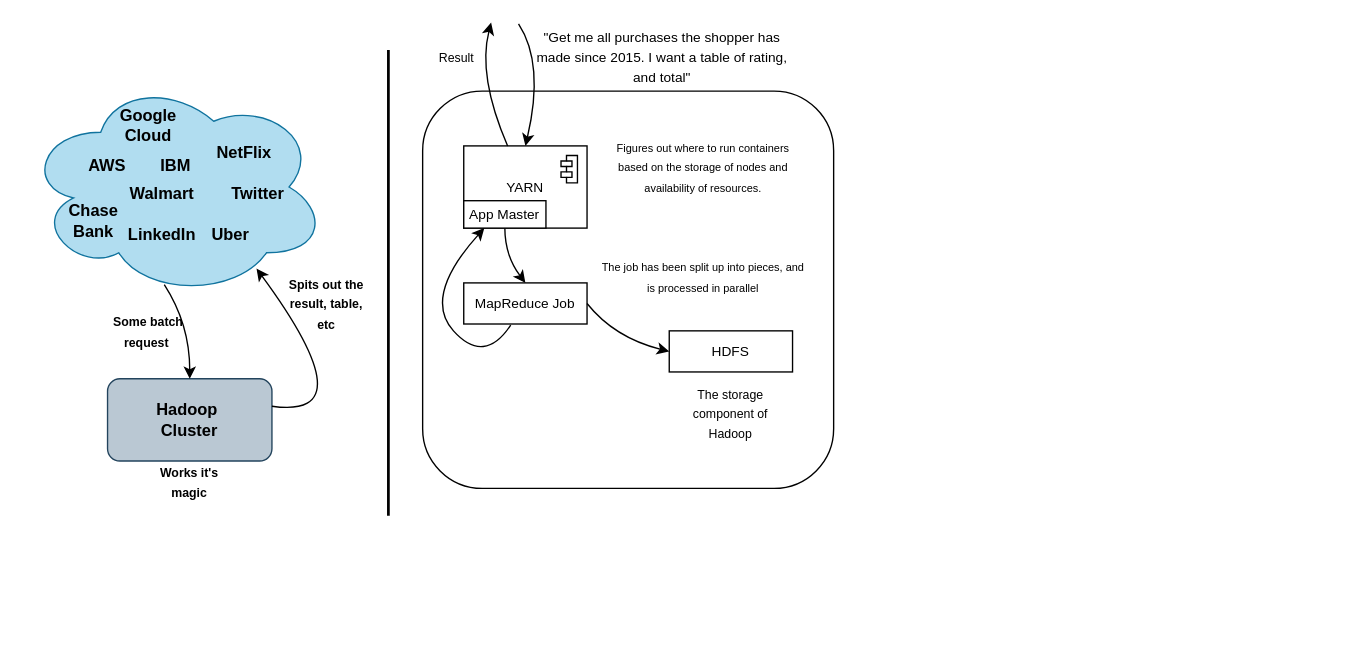
Above: HIGHESTLEVEL.drawio in Amir-kar/EECS4314-GroupD (draw.io), before the change. Source tidied: cells renumbered, new cells numbered last; positions are measured from the earlier drawing's top-left corner, leaving out a move shared by most shapes. Both pictures are drawn from the tidied source at 137%, with x=0, y=0 at pixel (25, 22).
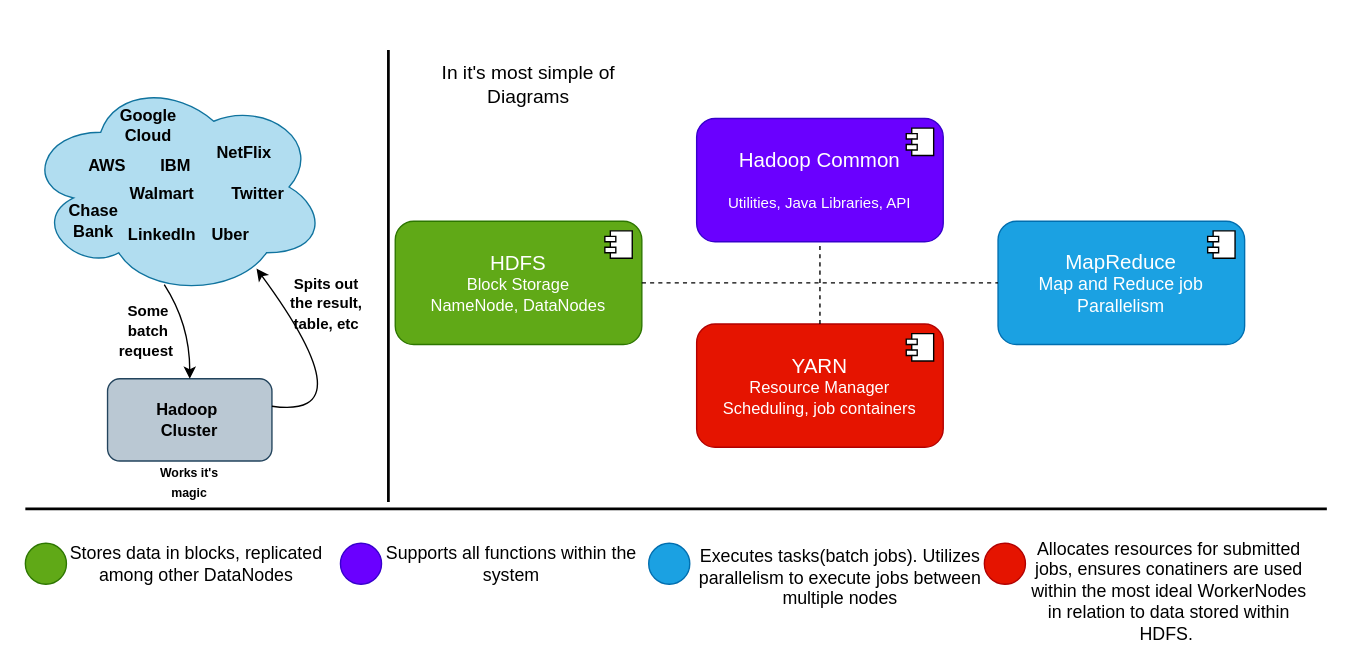
The same page after the edit.

The edit, as a diff of the source:
```diff
@@
-    <mxCell id="16" value="&lt;font style=&quot;font-size: 9px;&quot;&gt;Some batch request&amp;nbsp;&lt;/font&gt;" style="text;html=1;align=center;verticalAlign=middle;whiteSpace=wrap;rounded=0;fontStyle=1;" parent="1" vertex="1">
+    <mxCell id="16" value="&lt;font style=&quot;font-size: 11px;&quot;&gt;Some batch request&amp;nbsp;&lt;/font&gt;" style="text;html=1;align=center;verticalAlign=middle;whiteSpace=wrap;rounded=0;fontStyle=1;" parent="1" vertex="1">
       <mxGeometry x="60" y="210" width="60" height="30" as="geometry" />
     </mxCell>
@@
-    <mxCell id="18" value="&lt;b style=&quot;&quot;&gt;&lt;font style=&quot;font-size: 9px;&quot;&gt;Spits out the result, table, etc&lt;/font&gt;&lt;/b&gt;" style="text;html=1;align=center;verticalAlign=middle;whiteSpace=wrap;rounded=0;" parent="1" vertex="1">
+    <mxCell id="18" value="&lt;b style=&quot;&quot;&gt;&lt;font style=&quot;font-size: 11px;&quot;&gt;Spits out the result, table, etc&lt;/font&gt;&lt;/b&gt;" style="text;html=1;align=center;verticalAlign=middle;whiteSpace=wrap;rounded=0;" parent="1" vertex="1">
       <mxGeometry x="190" y="190" width="60" height="30" as="geometry" />
     </mxCell>
     <mxCell id="19" style="line;strokeWidth=2;direction=south;html=1;" parent="1" vertex="1">
-      <mxGeometry x="260" y="20" width="10" height="340" as="geometry" />
+      <mxGeometry x="260" y="20" width="10" height="330" as="geometry" />
     </mxCell>
-    <mxCell id="20" style="rounded=1;whiteSpace=wrap;html=1;" parent="1" vertex="1">
-      <mxGeometry x="290" y="50" width="300" height="290" as="geometry" />
-    </mxCell>
-    <mxCell id="21" value="&lt;font size=&quot;1&quot;&gt;YARN&lt;/font&gt;" style="html=1;whiteSpace=wrap;" parent="1" vertex="1">
-      <mxGeometry x="320" y="90" width="90" height="60" as="geometry" />
-    </mxCell>
-    <mxCell id="22" style="shape=module;jettyWidth=8;jettyHeight=4;" parent="21" vertex="1">
-      <mxGeometry x="1" width="12" height="20" relative="1" as="geometry">
-        <mxPoint x="-19" y="7" as="offset" />
-      </mxGeometry>
-    </mxCell>
-    <mxCell id="23" style="curved=1;endArrow=classic;html=1;rounded=0;exitX=0.461;exitY=0.945;exitDx=0;exitDy=0;exitPerimeter=0;entryX=0.5;entryY=0;entryDx=0;entryDy=0;strokeColor=light-dark(#000000,#00CC66);" parent="1" edge="1" target="21">
-      <mxGeometry relative="1" as="geometry">
-        <mxPoint x="360" y="1" as="sourcePoint" />
-        <Array as="points">
-          <mxPoint x="379" y="30" />
-        </Array>
-      </mxGeometry>
-    </mxCell>
-    <mxCell id="24" value="&lt;font style=&quot;font-weight: normal;&quot; size=&quot;1&quot;&gt;&quot;Get me all purchases the shopper has made since 2015. I want a table of rating, and total&quot;&lt;/font&gt;" style="text;html=1;align=center;verticalAlign=middle;whiteSpace=wrap;rounded=0;fontStyle=1;" parent="1" vertex="1">
-      <mxGeometry x="370" y="10" width="190" height="30" as="geometry" />
-    </mxCell>
-    <mxCell id="25" value="&lt;font style=&quot;font-size: 8px;&quot;&gt;Figures out where to run containers based on the storage of nodes and availability of resources.&lt;/font&gt;" style="text;html=1;align=center;verticalAlign=middle;whiteSpace=wrap;rounded=0;" parent="1" vertex="1">
-      <mxGeometry x="420" y="65" width="150" height="80" as="geometry" />
-    </mxCell>
-    <mxCell id="26" value="&lt;font size=&quot;1&quot;&gt;MapReduce Job&lt;/font&gt;" style="html=1;whiteSpace=wrap;" parent="1" vertex="1">
-      <mxGeometry x="320" y="190" width="90" height="30" as="geometry" />
-    </mxCell>
-    <mxCell id="27" style="curved=1;endArrow=classic;html=1;rounded=0;exitX=0.5;exitY=1;exitDx=0;exitDy=0;entryX=0.5;entryY=0;entryDx=0;entryDy=0;" parent="1" edge="1" source="32" target="26">
-      <mxGeometry relative="1" as="geometry">
-        <Array as="points">
-          <mxPoint x="350" y="170" />
-        </Array>
-      </mxGeometry>
-    </mxCell>
-    <mxCell id="28" style="edgeStyle=orthogonalEdgeStyle;rounded=0;orthogonalLoop=1;jettySize=auto;html=1;exitX=0.5;exitY=1;exitDx=0;exitDy=0;" parent="1" edge="1" source="26" target="26">
-      <mxGeometry relative="1" as="geometry" />
-    </mxCell>
-    <mxCell id="29" value="&lt;font style=&quot;font-size: 8px;&quot;&gt;The job has been split up into pieces, and is processed in parallel&lt;/font&gt;" style="text;html=1;align=center;verticalAlign=middle;whiteSpace=wrap;rounded=0;" parent="1" vertex="1">
-      <mxGeometry x="420" y="145" width="150" height="80" as="geometry" />
-    </mxCell>
-    <mxCell id="30" value="&lt;font size=&quot;1&quot;&gt;HDFS&lt;/font&gt;" style="html=1;whiteSpace=wrap;" parent="1" vertex="1">
-      <mxGeometry x="470" y="225" width="90" height="30" as="geometry" />
-    </mxCell>
-    <mxCell id="31" style="curved=1;endArrow=classic;html=1;rounded=0;exitX=1;exitY=0.5;exitDx=0;exitDy=0;entryX=0;entryY=0.5;entryDx=0;entryDy=0;" parent="1" edge="1" source="26" target="30">
-      <mxGeometry relative="1" as="geometry">
-        <Array as="points">
-          <mxPoint x="430" y="230" />
-        </Array>
-      </mxGeometry>
-    </mxCell>
-    <mxCell id="32" value="&lt;font size=&quot;1&quot;&gt;App Master&lt;/font&gt;" style="html=1;whiteSpace=wrap;" parent="1" vertex="1">
-      <mxGeometry x="320" y="130" width="60" height="20" as="geometry" />
-    </mxCell>
-    <mxCell id="33" style="curved=1;endArrow=classic;html=1;rounded=0;exitX=0.381;exitY=1.025;exitDx=0;exitDy=0;entryX=0.25;entryY=1;entryDx=0;entryDy=0;exitPerimeter=0;" parent="1" edge="1" source="26" target="32">
-      <mxGeometry relative="1" as="geometry">
-        <Array as="points">
-          <mxPoint x="335" y="250" />
-          <mxPoint x="290" y="200" />
-        </Array>
-      </mxGeometry>
-    </mxCell>
-    <mxCell id="34" style="curved=1;endArrow=classic;html=1;rounded=0;" parent="1" edge="1" source="21">
-      <mxGeometry relative="1" as="geometry">
-        <mxPoint x="340" as="targetPoint" />
-        <Array as="points">
-          <mxPoint x="330" y="39" />
-        </Array>
-      </mxGeometry>
-    </mxCell>
-    <mxCell id="35" value="&lt;font style=&quot;font-size: 9px;&quot;&gt;The storage component of Hadoop&lt;/font&gt;" style="text;html=1;align=center;verticalAlign=middle;whiteSpace=wrap;rounded=0;" parent="1" vertex="1">
-      <mxGeometry x="485" y="270" width="60" height="30" as="geometry" />
-    </mxCell>
-    <mxCell id="36" value="&lt;font style=&quot;font-size: 9px;&quot;&gt;Result&lt;/font&gt;" style="text;html=1;align=center;verticalAlign=middle;whiteSpace=wrap;rounded=0;" parent="1" vertex="1">
-      <mxGeometry x="285" y="10" width="60" height="30" as="geometry" />
-    </mxCell>
+    <mxCell id="37" value="&lt;font style=&quot;font-size: 14px;&quot;&gt;In it's most simple of Diagrams&lt;/font&gt;" style="text;html=1;align=center;verticalAlign=middle;whiteSpace=wrap;rounded=0;" parent="1" vertex="1">
+      <mxGeometry x="280" y="30" width="175" height="30" as="geometry" />
+    </mxCell>
+    <mxCell id="38" value="&lt;font style=&quot;font-size: 15px;&quot;&gt;Hadoop Common&lt;/font&gt;&lt;div&gt;&lt;br&gt;&lt;/div&gt;&lt;div&gt;&lt;font style=&quot;font-size: 11px;&quot;&gt;Utilities, Java Libraries, API&lt;/font&gt;&lt;/div&gt;" style="html=1;whiteSpace=wrap;rounded=1;fillColor=#6a00ff;fontColor=#ffffff;strokeColor=#3700CC;" parent="1" vertex="1">
+      <mxGeometry x="490" y="70" width="180" height="90" as="geometry" />
+    </mxCell>
+    <mxCell id="39" style="shape=module;jettyWidth=8;jettyHeight=4;" parent="38" vertex="1">
+      <mxGeometry x="1" width="20" height="20" relative="1" as="geometry">
+        <mxPoint x="-27" y="7" as="offset" />
+      </mxGeometry>
+    </mxCell>
+    <mxCell id="40" value="&lt;font style=&quot;font-size: 15px;&quot;&gt;HDFS&lt;/font&gt;&lt;div&gt;Block Storage&lt;/div&gt;&lt;div&gt;NameNode, DataNodes&lt;/div&gt;" style="html=1;whiteSpace=wrap;rounded=1;fillColor=#60a917;fontColor=#ffffff;strokeColor=#2D7600;" parent="1" vertex="1">
+      <mxGeometry x="270" y="145" width="180" height="90" as="geometry" />
+    </mxCell>
+    <mxCell id="41" style="shape=module;jettyWidth=8;jettyHeight=4;" parent="40" vertex="1">
+      <mxGeometry x="1" width="20" height="20" relative="1" as="geometry">
+        <mxPoint x="-27" y="7" as="offset" />
+      </mxGeometry>
+    </mxCell>
+    <mxCell id="42" value="&lt;span style=&quot;font-size: 15px;&quot;&gt;YARN&lt;/span&gt;&lt;br&gt;&lt;div&gt;Resource Manager&lt;/div&gt;&lt;div&gt;Scheduling, job containers&lt;/div&gt;" style="html=1;whiteSpace=wrap;rounded=1;fillColor=#e51400;fontColor=#ffffff;strokeColor=#B20000;" parent="1" vertex="1">
+      <mxGeometry x="490" y="220" width="180" height="90" as="geometry" />
+    </mxCell>
+    <mxCell id="43" style="shape=module;jettyWidth=8;jettyHeight=4;" parent="42" vertex="1">
+      <mxGeometry x="1" width="20" height="20" relative="1" as="geometry">
+        <mxPoint x="-27" y="7" as="offset" />
+      </mxGeometry>
+    </mxCell>
+    <mxCell id="44" value="&lt;span style=&quot;font-size: 15px;&quot;&gt;MapReduce&lt;/span&gt;&lt;div&gt;&lt;span style=&quot;font-size: 13px;&quot;&gt;Map and Reduce job&lt;/span&gt;&lt;/div&gt;&lt;div&gt;&lt;span style=&quot;font-size: 13px;&quot;&gt;Parallelism&lt;/span&gt;&lt;/div&gt;" style="html=1;whiteSpace=wrap;rounded=1;fillColor=#1ba1e2;fontColor=#ffffff;strokeColor=#006EAF;" parent="1" vertex="1">
+      <mxGeometry x="710" y="145" width="180" height="90" as="geometry" />
+    </mxCell>
+    <mxCell id="45" style="shape=module;jettyWidth=8;jettyHeight=4;" parent="44" vertex="1">
+      <mxGeometry x="1" width="20" height="20" relative="1" as="geometry">
+        <mxPoint x="-27" y="7" as="offset" />
+      </mxGeometry>
+    </mxCell>
+    <mxCell id="46" style="endArrow=none;dashed=1;html=1;rounded=0;exitX=0.5;exitY=0;exitDx=0;exitDy=0;entryX=0.5;entryY=1;entryDx=0;entryDy=0;" parent="1" edge="1" source="42" target="38">
+      <mxGeometry relative="1" as="geometry" />
+    </mxCell>
+    <mxCell id="47" style="endArrow=none;dashed=1;html=1;rounded=0;entryX=0;entryY=0.5;entryDx=0;entryDy=0;" parent="1" edge="1" target="44">
+      <mxGeometry relative="1" as="geometry">
+        <mxPoint x="450" y="190" as="sourcePoint" />
+      </mxGeometry>
+    </mxCell>
+    <mxCell id="48" style="line;strokeWidth=2;html=1;" parent="1" vertex="1">
+      <mxGeometry y="350" width="950" height="10" as="geometry" />
+    </mxCell>
+    <mxCell id="49" style="ellipse;whiteSpace=wrap;html=1;fillColor=#60a917;fontColor=#ffffff;strokeColor=#2D7600;" parent="1" vertex="1">
+      <mxGeometry y="380" width="30" height="30" as="geometry" />
+    </mxCell>
+    <mxCell id="50" value="&lt;font style=&quot;font-size: 13px;&quot;&gt;Stores data in blocks, replicated among other DataNodes&lt;/font&gt;" style="text;html=1;align=center;verticalAlign=middle;whiteSpace=wrap;rounded=0;" parent="1" vertex="1">
+      <mxGeometry x="20" y="380" width="210" height="30" as="geometry" />
+    </mxCell>
+    <mxCell id="51" style="ellipse;whiteSpace=wrap;html=1;fillColor=#6a00ff;fontColor=#ffffff;strokeColor=#3700CC;" parent="1" vertex="1">
+      <mxGeometry x="230" y="380" width="30" height="30" as="geometry" />
+    </mxCell>
+    <mxCell id="52" value="&lt;span style=&quot;font-size: 13px;&quot;&gt;Supports all functions within the system&lt;/span&gt;" style="text;html=1;align=center;verticalAlign=middle;whiteSpace=wrap;rounded=0;" parent="1" vertex="1">
+      <mxGeometry x="250" y="380" width="210" height="30" as="geometry" />
+    </mxCell>
+    <mxCell id="53" style="ellipse;whiteSpace=wrap;html=1;fillColor=#1ba1e2;fontColor=#ffffff;strokeColor=#006EAF;" parent="1" vertex="1">
+      <mxGeometry x="455" y="380" width="30" height="30" as="geometry" />
+    </mxCell>
+    <mxCell id="54" value="&lt;span style=&quot;font-size: 13px;&quot;&gt;Executes tasks(batch jobs). Utilizes parallelism to execute jobs between multiple nodes&lt;/span&gt;" style="text;html=1;align=center;verticalAlign=middle;whiteSpace=wrap;rounded=0;" parent="1" vertex="1">
+      <mxGeometry x="490" y="390" width="210" height="30" as="geometry" />
+    </mxCell>
+    <mxCell id="55" style="ellipse;whiteSpace=wrap;html=1;fillColor=#e51400;fontColor=#ffffff;strokeColor=#B20000;" parent="1" vertex="1">
+      <mxGeometry x="700" y="380" width="30" height="30" as="geometry" />
+    </mxCell>
+    <mxCell id="56" value="&lt;span style=&quot;font-size: 13px;&quot;&gt;Allocates resources for submitted jobs, ensures conatiners are used within the most ideal WorkerNodes in relation to data stored within HDFS.&amp;nbsp;&lt;/span&gt;" style="text;html=1;align=center;verticalAlign=middle;whiteSpace=wrap;rounded=0;" parent="1" vertex="1">
+      <mxGeometry x="730" y="400" width="210" height="30" as="geometry" />
+    </mxCell>
```
